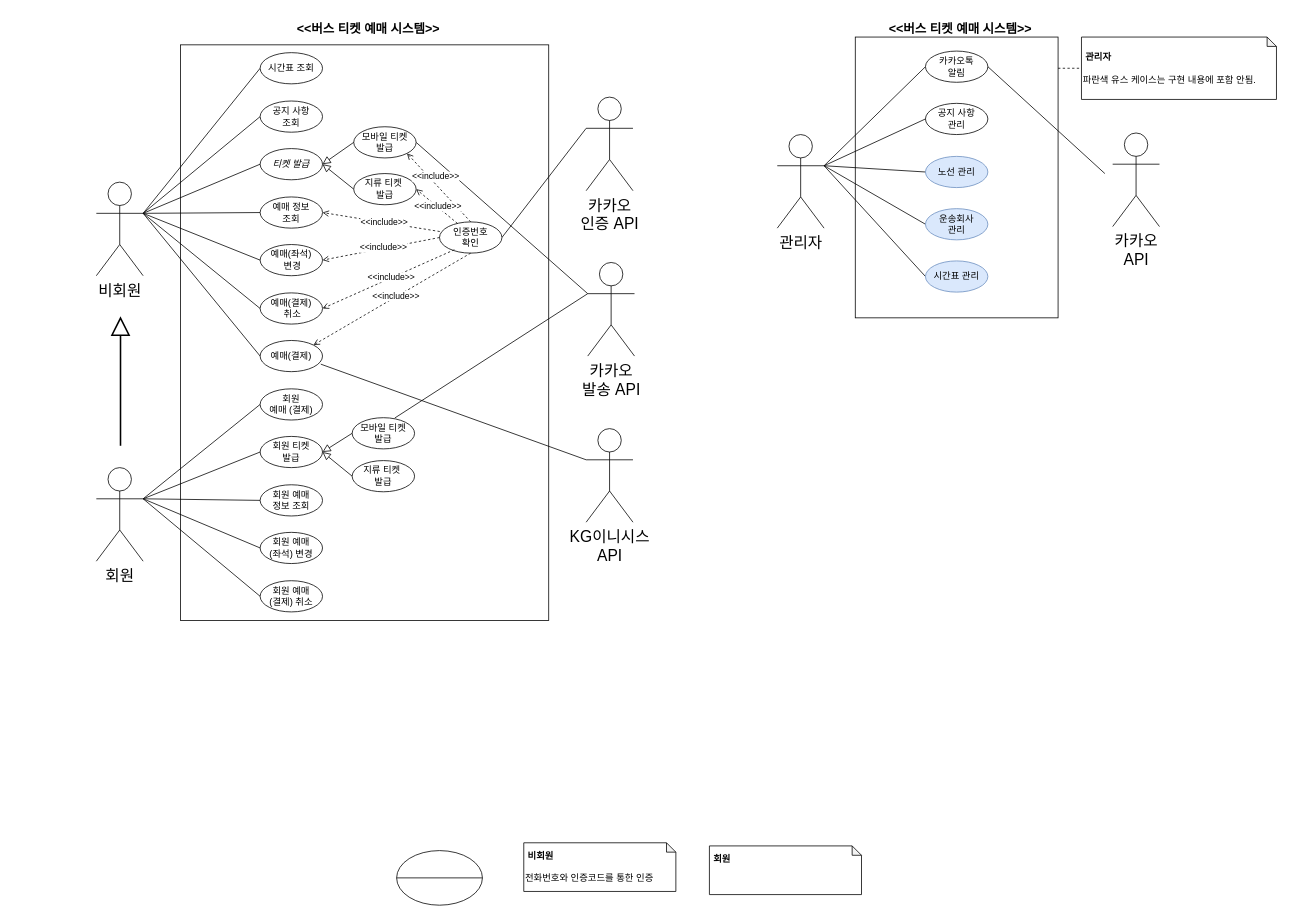
The draw.io diagram UseCase.drawio in SHIN-HANBEEN/MetanetFinal, before the edit. Source tidied: cells renumbered, new cells numbered last; positions are measured from the earlier drawing's top-left corner, leaving out a move shared by most shapes. Both pictures are drawn from the tidied source at 78%, with x=0, y=0 at pixel (96, 13).
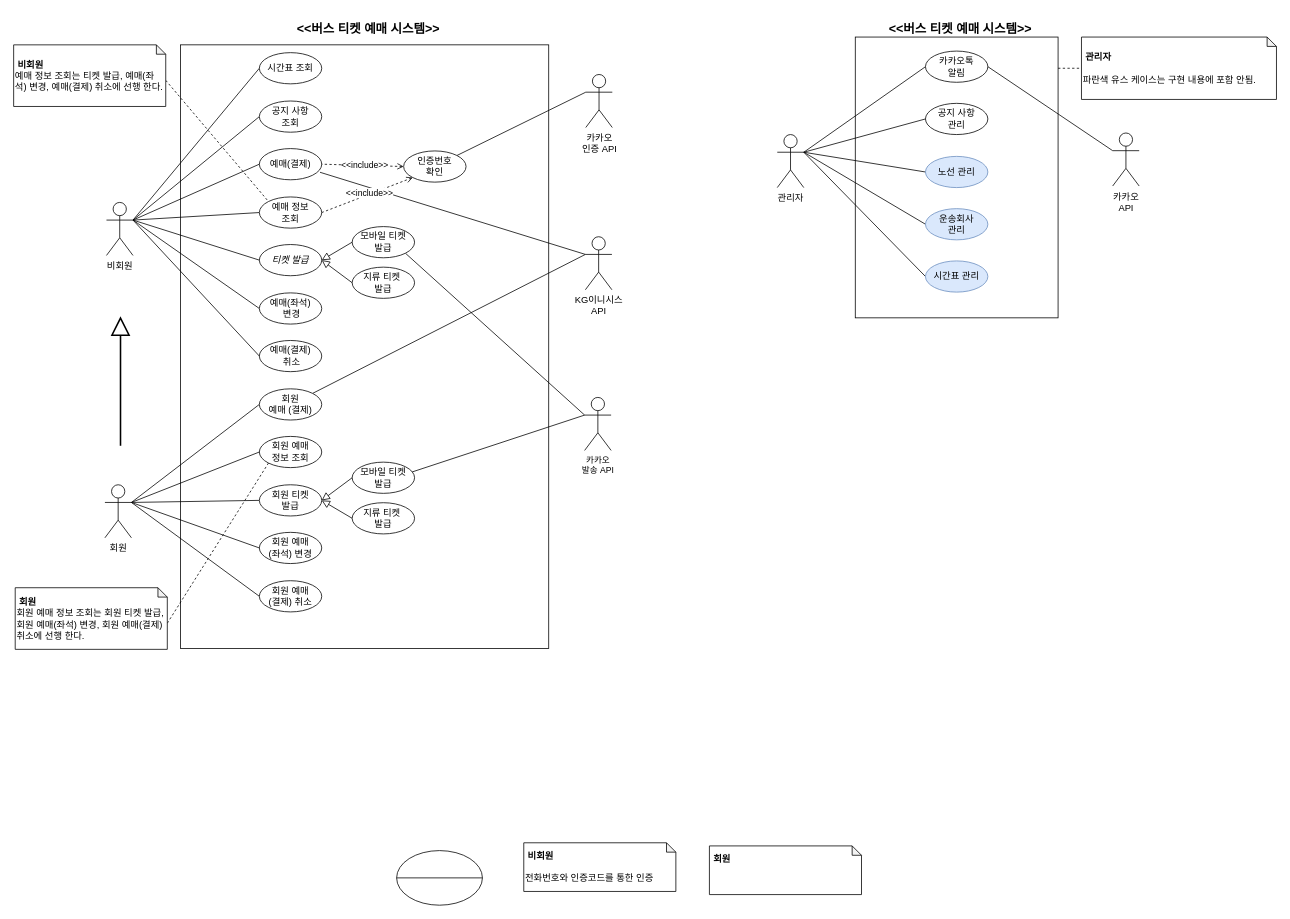
The same diagram, later.

The change refers to these unchanged cells:
```xml
<mxCell id="33" value="카카오톡&lt;br&gt;알림" style="ellipse;whiteSpace=wrap;html=1;" parent="1" vertex="1">
  <mxGeometry x="1063" y="48" width="80" height="40" as="geometry" />
</mxCell>
```

Diff of the diagram source:
```diff
@@
     <mxCell id="3" style="rounded=0;whiteSpace=wrap;html=1;fontFamily=Helvetica;fontSize=11;fontColor=default;" parent="1" vertex="1">
-      <mxGeometry x="108" y="40" width="472" height="738" as="geometry" />
+      <mxGeometry x="108" y="40" width="472" height="774" as="geometry" />
     </mxCell>
@@
-    <mxCell id="11" value="&lt;font style=&quot;font-size: 20px;&quot;&gt;비회원&lt;/font&gt;" style="shape=umlActor;verticalLabelPosition=bottom;verticalAlign=top;html=1;outlineConnect=0;" parent="1" vertex="1">
-      <mxGeometry y="216" width="60" height="120" as="geometry" />
+    <mxCell id="11" value="&lt;font style=&quot;font-size: 12px;&quot;&gt;비회원&lt;/font&gt;" style="shape=umlActor;verticalLabelPosition=bottom;verticalAlign=top;html=1;outlineConnect=0;" parent="1" vertex="1">
+      <mxGeometry x="13" y="242" width="34" height="68" as="geometry" />
     </mxCell>
@@
     <mxCell id="13" value="예매(결제)" style="ellipse;whiteSpace=wrap;html=1;" parent="1" vertex="1">
-      <mxGeometry x="210" y="419" width="80" height="40" as="geometry" />
+      <mxGeometry x="209" y="173" width="80" height="40" as="geometry" />
     </mxCell>
@@
-    <mxCell id="19" value="&lt;font style=&quot;font-size: 20px;&quot;&gt;회원&lt;/font&gt;" style="shape=umlActor;verticalLabelPosition=bottom;verticalAlign=top;html=1;outlineConnect=0;" parent="1" vertex="1">
-      <mxGeometry y="582" width="60" height="120" as="geometry" />
+    <mxCell id="19" value="&lt;font style=&quot;font-size: 12px;&quot;&gt;회원&lt;/font&gt;" style="shape=umlActor;verticalLabelPosition=bottom;verticalAlign=top;html=1;outlineConnect=0;" parent="1" vertex="1">
+      <mxGeometry x="11" y="604" width="34" height="68" as="geometry" />
     </mxCell>
@@
-    <mxCell id="25" value="&lt;font style=&quot;font-size: 20px;&quot;&gt;관리자&lt;/font&gt;" style="shape=umlActor;verticalLabelPosition=bottom;verticalAlign=top;html=1;outlineConnect=0;" parent="1" vertex="1">
-      <mxGeometry x="873" y="155" width="60" height="120" as="geometry" />
+    <mxCell id="25" value="&lt;font style=&quot;font-size: 12px;&quot;&gt;관리자&lt;/font&gt;" style="shape=umlActor;verticalLabelPosition=bottom;verticalAlign=top;html=1;outlineConnect=0;" parent="1" vertex="1">
+      <mxGeometry x="873" y="155" width="34" height="68" as="geometry" />
     </mxCell>
     <mxCell id="26" value="예매 정보&lt;br&gt;조회" style="ellipse;whiteSpace=wrap;html=1;" parent="1" vertex="1">
-      <mxGeometry x="210" y="235" width="80" height="40" as="geometry" />
+      <mxGeometry x="209" y="235" width="80" height="40" as="geometry" />
     </mxCell>
     <mxCell id="27" value="예매(결제)&lt;br&gt;&amp;nbsp;취소" style="ellipse;whiteSpace=wrap;html=1;" parent="1" vertex="1">
-      <mxGeometry x="210" y="358" width="80" height="40" as="geometry" />
+      <mxGeometry x="209" y="419" width="80" height="40" as="geometry" />
     </mxCell>
@@
     <mxCell id="29" value="시간표 조회" style="ellipse;whiteSpace=wrap;html=1;" parent="1" vertex="1">
-      <mxGeometry x="210" y="50" width="80" height="40" as="geometry" />
+      <mxGeometry x="209" y="50" width="80" height="40" as="geometry" />
     </mxCell>
     <mxCell id="30" value="예매(좌석)&lt;br&gt;&amp;nbsp;변경" style="ellipse;whiteSpace=wrap;html=1;" parent="1" vertex="1">
-      <mxGeometry x="210" y="296" width="80" height="40" as="geometry" />
+      <mxGeometry x="209" y="358" width="80" height="40" as="geometry" />
     </mxCell>
     <mxCell id="31" value="공지 사항&lt;br&gt;조회" style="ellipse;whiteSpace=wrap;html=1;" parent="1" vertex="1">
-      <mxGeometry x="210" y="112" width="80" height="40" as="geometry" />
+      <mxGeometry x="209" y="112" width="80" height="40" as="geometry" />
     </mxCell>
@@
-    <mxCell id="38" value="&lt;i&gt;티켓 발급&lt;/i&gt;" style="ellipse;whiteSpace=wrap;html=1;" parent="1" vertex="1">
-      <mxGeometry x="210" y="173" width="80" height="40" as="geometry" />
-    </mxCell>
-    <mxCell id="39" style="edgeStyle=none;shape=connector;rounded=0;jettySize=auto;html=1;exitX=1;exitY=0.5;exitDx=0;exitDy=0;labelBackgroundColor=default;strokeColor=default;align=center;verticalAlign=middle;fontFamily=Helvetica;fontSize=11;fontColor=default;endArrow=none;endFill=0;entryX=0;entryY=0.3333333333333333;entryDx=0;entryDy=0;entryPerimeter=0;" parent="1" edge="1" source="40" target="73">
+    <mxCell id="39" style="edgeStyle=none;shape=connector;rounded=0;jettySize=auto;html=1;exitX=1;exitY=1;exitDx=0;exitDy=0;labelBackgroundColor=default;strokeColor=default;align=center;verticalAlign=middle;fontFamily=Helvetica;fontSize=11;fontColor=default;endArrow=none;endFill=0;entryX=0;entryY=0.3333333333333333;entryDx=0;entryDy=0;entryPerimeter=0;" parent="1" edge="1" source="40" target="73">
       <mxGeometry relative="1" as="geometry" />
     </mxCell>
-    <mxCell id="40" value="모바일 티켓&lt;br&gt;발급" style="ellipse;whiteSpace=wrap;html=1;" parent="1" vertex="1">
-      <mxGeometry x="330" y="145" width="80" height="40" as="geometry" />
-    </mxCell>
-    <mxCell id="41" style="edgeStyle=none;shape=connector;rounded=0;jettySize=auto;html=1;exitX=0;exitY=0.5;exitDx=0;exitDy=0;entryX=1;entryY=0.5;entryDx=0;entryDy=0;labelBackgroundColor=default;strokeColor=default;align=center;verticalAlign=middle;fontFamily=Helvetica;fontSize=11;fontColor=default;endArrow=block;endFill=0;startArrow=none;startFill=0;strokeWidth=1;endSize=8;" parent="1" edge="1" source="42" target="38">
-      <mxGeometry relative="1" as="geometry" />
-    </mxCell>
-    <mxCell id="42" value="지류 티켓&amp;nbsp;&lt;br&gt;발급" style="ellipse;whiteSpace=wrap;html=1;" parent="1" vertex="1">
-      <mxGeometry x="330" y="205" width="80" height="40" as="geometry" />
-    </mxCell>
-    <mxCell id="43" style="endArrow=block;html=1;rounded=0;labelBackgroundColor=default;strokeColor=default;align=center;verticalAlign=middle;fontFamily=Helvetica;fontSize=11;fontColor=default;shape=connector;entryX=1;entryY=0.5;entryDx=0;entryDy=0;exitX=0;exitY=0.5;exitDx=0;exitDy=0;endFill=0;endSize=8;" parent="1" edge="1" source="40" target="38">
-      <mxGeometry relative="1" as="geometry" />
-    </mxCell>
@@
     <mxCell id="47" value="회원 예매&lt;br&gt;(결제) 취소" style="ellipse;whiteSpace=wrap;html=1;" parent="1" vertex="1">
-      <mxGeometry x="210" y="727" width="80" height="40" as="geometry" />
+      <mxGeometry x="209" y="727" width="80" height="40" as="geometry" />
     </mxCell>
     <mxCell id="48" value="회원 예매&lt;br&gt;(좌석) 변경" style="ellipse;whiteSpace=wrap;html=1;" parent="1" vertex="1">
-      <mxGeometry x="210" y="665" width="80" height="40" as="geometry" />
+      <mxGeometry x="209" y="665" width="80" height="40" as="geometry" />
     </mxCell>
     <mxCell id="49" value="회원 예매 &lt;br&gt;정보 조회" style="ellipse;whiteSpace=wrap;html=1;" parent="1" vertex="1">
-      <mxGeometry x="210" y="604" width="80" height="40" as="geometry" />
+      <mxGeometry x="209" y="542" width="80" height="40" as="geometry" />
     </mxCell>
-    <mxCell id="50" value="&lt;span style=&quot;font-size: 20px;&quot;&gt;카카오&lt;br&gt;API&lt;br&gt;&lt;/span&gt;" style="shape=umlActor;verticalLabelPosition=bottom;verticalAlign=top;html=1;outlineConnect=0;" parent="1" vertex="1">
-      <mxGeometry x="1303" y="153" width="60" height="120" as="geometry" />
+    <mxCell id="50" value="&lt;span style=&quot;&quot;&gt;카카오&lt;br&gt;API&lt;br&gt;&lt;/span&gt;" style="shape=umlActor;verticalLabelPosition=bottom;verticalAlign=top;html=1;outlineConnect=0;" parent="1" vertex="1">
+      <mxGeometry x="1303" y="153" width="34" height="68" as="geometry" />
     </mxCell>
-    <mxCell id="51" style="edgeStyle=none;shape=connector;rounded=0;jettySize=auto;html=1;exitX=1;exitY=0.5;exitDx=0;exitDy=0;labelBackgroundColor=default;strokeColor=default;align=center;verticalAlign=middle;fontFamily=Helvetica;fontSize=11;fontColor=default;endArrow=none;endFill=0;" parent="1" edge="1" source="33">
-      <mxGeometry relative="1" as="geometry">
-        <mxPoint x="1293" y="205" as="targetPoint" />
-      </mxGeometry>
+    <mxCell id="51" style="edgeStyle=none;shape=connector;rounded=0;jettySize=auto;html=1;exitX=1;exitY=0.5;exitDx=0;exitDy=0;labelBackgroundColor=default;strokeColor=default;align=center;verticalAlign=middle;fontFamily=Helvetica;fontSize=11;fontColor=default;endArrow=none;endFill=0;entryX=0;entryY=0.3333333333333333;entryDx=0;entryDy=0;entryPerimeter=0;" parent="1" edge="1" source="33" target="50">
+      <mxGeometry relative="1" as="geometry" />
     </mxCell>
-    <mxCell id="52" value="&lt;span style=&quot;font-size: 20px;&quot;&gt;카카오&lt;br&gt;인증 API&lt;br&gt;&lt;/span&gt;" style="shape=umlActor;verticalLabelPosition=bottom;verticalAlign=top;html=1;outlineConnect=0;" parent="1" vertex="1">
-      <mxGeometry x="628" y="107" width="60" height="120" as="geometry" />
+    <mxCell id="52" value="&lt;span style=&quot;&quot;&gt;카카오&lt;br&gt;인증 API&lt;br&gt;&lt;/span&gt;" style="shape=umlActor;verticalLabelPosition=bottom;verticalAlign=top;html=1;outlineConnect=0;" parent="1" vertex="1">
+      <mxGeometry x="627.5" y="78" width="34" height="68" as="geometry" />
     </mxCell>
+    <mxCell id="74" style="rounded=0;jettySize=auto;html=1;exitX=0;exitY=0.3333333333333333;exitDx=0;exitDy=0;exitPerimeter=0;entryX=1;entryY=0;entryDx=0;entryDy=0;fontFamily=Helvetica;fontSize=11;fontColor=default;endArrow=none;endFill=0;" parent="1" edge="1" source="53" target="56">
+      <mxGeometry relative="1" as="geometry" />
+    </mxCell>
-    <mxCell id="53" value="&lt;span style=&quot;font-size: 20px;&quot;&gt;KG이니시스&lt;br&gt;API&lt;br&gt;&lt;/span&gt;" style="shape=umlActor;verticalLabelPosition=bottom;verticalAlign=top;html=1;outlineConnect=0;" parent="1" vertex="1">
-      <mxGeometry x="628" y="532" width="60" height="120" as="geometry" />
+    <mxCell id="53" value="&lt;span style=&quot;&quot;&gt;KG이니시스&lt;br&gt;API&lt;br&gt;&lt;/span&gt;" style="shape=umlActor;verticalLabelPosition=bottom;verticalAlign=top;html=1;outlineConnect=0;" parent="1" vertex="1">
+      <mxGeometry x="627" y="286" width="34" height="68" as="geometry" />
     </mxCell>
@@
     <mxCell id="56" value="회원 &lt;br&gt;예매 (결제)" style="ellipse;whiteSpace=wrap;html=1;" parent="1" vertex="1">
-      <mxGeometry x="210" y="481" width="80" height="40" as="geometry" />
+      <mxGeometry x="209" y="481" width="80" height="40" as="geometry" />
     </mxCell>
-    <mxCell id="57" value="&amp;lt;&amp;lt;include&amp;gt;&amp;gt;" style="edgeStyle=none;shape=connector;rounded=0;jettySize=auto;html=1;exitX=0.5;exitY=0;exitDx=0;exitDy=0;entryX=1;entryY=1;entryDx=0;entryDy=0;labelBackgroundColor=default;strokeColor=default;align=center;verticalAlign=middle;fontFamily=Helvetica;fontSize=11;fontColor=default;endArrow=open;endFill=0;dashed=1;" parent="1" edge="1" source="59" target="40">
-      <mxGeometry x="0.22" y="-7" relative="1" as="geometry" />
-    </mxCell>
-    <mxCell id="58" style="edgeStyle=none;shape=connector;rounded=0;jettySize=auto;html=1;exitX=1;exitY=0.5;exitDx=0;exitDy=0;labelBackgroundColor=default;strokeColor=default;align=center;verticalAlign=middle;fontFamily=Helvetica;fontSize=11;fontColor=default;endArrow=none;endFill=0;entryX=0;entryY=0.3333333333333333;entryDx=0;entryDy=0;entryPerimeter=0;" parent="1" edge="1" source="59" target="52">
+    <mxCell id="58" style="edgeStyle=none;shape=connector;rounded=0;jettySize=auto;html=1;exitX=1;exitY=0;exitDx=0;exitDy=0;labelBackgroundColor=default;strokeColor=default;align=center;verticalAlign=middle;fontFamily=Helvetica;fontSize=11;fontColor=default;endArrow=none;endFill=0;entryX=0;entryY=0.3333333333333333;entryDx=0;entryDy=0;entryPerimeter=0;" parent="1" edge="1" source="59" target="52">
       <mxGeometry relative="1" as="geometry" />
     </mxCell>
     <mxCell id="59" value="인증번호&lt;br&gt;확인" style="ellipse;whiteSpace=wrap;html=1;" parent="1" vertex="1">
-      <mxGeometry x="440" y="267" width="80" height="40" as="geometry" />
+      <mxGeometry x="394" y="176" width="80" height="40" as="geometry" />
     </mxCell>
@@
-    <mxCell id="61" value="&amp;lt;&amp;lt;include&amp;gt;&amp;gt;" style="edgeStyle=none;shape=connector;rounded=0;jettySize=auto;html=1;exitX=0.288;exitY=0.05;exitDx=0;exitDy=0;entryX=1;entryY=0.5;entryDx=0;entryDy=0;labelBackgroundColor=default;strokeColor=default;align=center;verticalAlign=middle;fontFamily=Helvetica;fontSize=11;fontColor=default;endArrow=open;endFill=0;dashed=1;exitPerimeter=0;" parent="1" edge="1" source="59" target="42">
-      <mxGeometry x="-0.05" y="-1" relative="1" as="geometry" />
-    </mxCell>
-    <mxCell id="62" value="&amp;lt;&amp;lt;include&amp;gt;&amp;gt;" style="edgeStyle=none;shape=connector;rounded=0;jettySize=auto;html=1;exitX=0.004;exitY=0.308;exitDx=0;exitDy=0;entryX=1;entryY=0.5;entryDx=0;entryDy=0;labelBackgroundColor=default;strokeColor=default;align=center;verticalAlign=middle;fontFamily=Helvetica;fontSize=11;fontColor=default;endArrow=open;endFill=0;dashed=1;exitPerimeter=0;" parent="1" edge="1" source="59" target="26">
+    <mxCell id="62" value="&amp;lt;&amp;lt;include&amp;gt;&amp;gt;" style="edgeStyle=none;shape=connector;rounded=0;jettySize=auto;html=1;exitX=0;exitY=1;exitDx=0;exitDy=0;entryX=1;entryY=0.5;entryDx=0;entryDy=0;labelBackgroundColor=default;strokeColor=default;align=center;verticalAlign=middle;fontFamily=Helvetica;fontSize=11;fontColor=default;endArrow=none;endFill=0;dashed=1;startArrow=open;startFill=0;" parent="1" edge="1" source="59" target="26">
       <mxGeometry x="-0.05" y="-1" relative="1" as="geometry" />
     </mxCell>
-    <mxCell id="63" value="&amp;lt;&amp;lt;include&amp;gt;&amp;gt;" style="edgeStyle=none;shape=connector;rounded=0;jettySize=auto;html=1;exitX=0;exitY=0.5;exitDx=0;exitDy=0;entryX=1;entryY=0.5;entryDx=0;entryDy=0;labelBackgroundColor=default;strokeColor=default;align=center;verticalAlign=middle;fontFamily=Helvetica;fontSize=11;fontColor=default;endArrow=open;endFill=0;dashed=1;" parent="1" edge="1" source="59" target="30">
-      <mxGeometry x="-0.05" y="-1" relative="1" as="geometry" />
-    </mxCell>
-    <mxCell id="64" value="&amp;lt;&amp;lt;include&amp;gt;&amp;gt;" style="edgeStyle=none;shape=connector;rounded=0;jettySize=auto;html=1;exitX=0.238;exitY=0.892;exitDx=0;exitDy=0;entryX=1;entryY=0.5;entryDx=0;entryDy=0;labelBackgroundColor=default;strokeColor=default;align=center;verticalAlign=middle;fontFamily=Helvetica;fontSize=11;fontColor=default;endArrow=open;endFill=0;dashed=1;exitPerimeter=0;" parent="1" edge="1" source="59" target="27">
-      <mxGeometry x="-0.05" y="-1" relative="1" as="geometry" />
-    </mxCell>
@@
+    <mxCell id="67" style="edgeStyle=none;shape=connector;rounded=0;jettySize=auto;html=1;exitX=0.933;exitY=0.333;exitDx=0;exitDy=0;labelBackgroundColor=default;strokeColor=default;align=center;verticalAlign=middle;fontFamily=Helvetica;fontSize=11;fontColor=default;endArrow=none;endFill=0;entryX=0;entryY=0.3333333333333333;entryDx=0;entryDy=0;entryPerimeter=0;exitPerimeter=0;" parent="1" edge="1" source="68" target="73">
+      <mxGeometry relative="1" as="geometry" />
+    </mxCell>
+    <mxCell id="72" value="&amp;lt;&amp;lt;include&amp;gt;&amp;gt;" style="edgeStyle=none;shape=connector;rounded=0;jettySize=auto;html=1;exitX=0;exitY=0.5;exitDx=0;exitDy=0;entryX=1;entryY=0.5;entryDx=0;entryDy=0;labelBackgroundColor=default;strokeColor=default;align=center;verticalAlign=middle;fontFamily=Helvetica;fontSize=11;fontColor=default;endArrow=none;endFill=0;dashed=1;startArrow=open;startFill=0;" parent="1" edge="1" source="59" target="13">
+      <mxGeometry x="-0.05" y="-1" relative="1" as="geometry" />
+    </mxCell>
+    <mxCell id="73" value="&lt;span style=&quot;font-size: 11px;&quot;&gt;카카오&lt;br style=&quot;font-size: 11px;&quot;&gt;발송 API&lt;br style=&quot;font-size: 11px;&quot;&gt;&lt;/span&gt;" style="shape=umlActor;verticalLabelPosition=bottom;verticalAlign=top;html=1;outlineConnect=0;fontSize=11;" parent="1" vertex="1">
+      <mxGeometry x="626" y="492" width="34" height="68" as="geometry" />
+    </mxCell>
+    <mxCell id="38" value="&lt;i&gt;티켓 발급&lt;/i&gt;" style="ellipse;whiteSpace=wrap;html=1;" parent="1" vertex="1">
+      <mxGeometry x="209" y="296" width="80" height="40" as="geometry" />
+    </mxCell>
+    <mxCell id="40" value="모바일 티켓&lt;br&gt;발급" style="ellipse;whiteSpace=wrap;html=1;" parent="1" vertex="1">
+      <mxGeometry x="328" y="273" width="80" height="40" as="geometry" />
+    </mxCell>
+    <mxCell id="41" style="edgeStyle=none;shape=connector;rounded=0;jettySize=auto;html=1;exitX=0;exitY=0.5;exitDx=0;exitDy=0;entryX=1;entryY=0.5;entryDx=0;entryDy=0;labelBackgroundColor=default;strokeColor=default;align=center;verticalAlign=middle;fontFamily=Helvetica;fontSize=11;fontColor=default;endArrow=block;endFill=0;startArrow=none;startFill=0;strokeWidth=1;endSize=8;" parent="1" edge="1" source="42" target="38">
+      <mxGeometry relative="1" as="geometry" />
+    </mxCell>
+    <mxCell id="42" value="지류 티켓&amp;nbsp;&lt;br&gt;발급" style="ellipse;whiteSpace=wrap;html=1;" parent="1" vertex="1">
+      <mxGeometry x="328" y="325" width="80" height="40" as="geometry" />
+    </mxCell>
+    <mxCell id="43" style="endArrow=block;html=1;rounded=0;labelBackgroundColor=default;strokeColor=default;align=center;verticalAlign=middle;fontFamily=Helvetica;fontSize=11;fontColor=default;shape=connector;entryX=1;entryY=0.5;entryDx=0;entryDy=0;exitX=0;exitY=0.5;exitDx=0;exitDy=0;endFill=0;endSize=8;" parent="1" edge="1" source="40" target="38">
+      <mxGeometry relative="1" as="geometry" />
+    </mxCell>
     <mxCell id="66" value="회원 티켓 &lt;br&gt;발급" style="ellipse;whiteSpace=wrap;html=1;" parent="1" vertex="1">
-      <mxGeometry x="210" y="542" width="80" height="40" as="geometry" />
+      <mxGeometry x="209" y="604" width="80" height="40" as="geometry" />
     </mxCell>
-    <mxCell id="67" style="edgeStyle=none;shape=connector;rounded=0;jettySize=auto;html=1;exitX=0.683;exitY=0.01;exitDx=0;exitDy=0;labelBackgroundColor=default;strokeColor=default;align=center;verticalAlign=middle;fontFamily=Helvetica;fontSize=11;fontColor=default;endArrow=none;endFill=0;exitPerimeter=0;entryX=0;entryY=0.3333333333333333;entryDx=0;entryDy=0;entryPerimeter=0;" parent="1" edge="1" source="68" target="73">
-      <mxGeometry relative="1" as="geometry" />
-    </mxCell>
     <mxCell id="68" value="모바일 티켓&lt;br&gt;발급" style="ellipse;whiteSpace=wrap;html=1;" parent="1" vertex="1">
-      <mxGeometry x="328" y="518" width="80" height="40" as="geometry" />
+      <mxGeometry x="328" y="575" width="80" height="40" as="geometry" />
     </mxCell>
@@
     <mxCell id="70" value="지류 티켓&amp;nbsp;&lt;br&gt;발급" style="ellipse;whiteSpace=wrap;html=1;" parent="1" vertex="1">
-      <mxGeometry x="328" y="573" width="80" height="40" as="geometry" />
+      <mxGeometry x="328" y="627" width="80" height="40" as="geometry" />
     </mxCell>
@@
-    <mxCell id="72" value="&amp;lt;&amp;lt;include&amp;gt;&amp;gt;" style="edgeStyle=none;shape=connector;rounded=0;jettySize=auto;html=1;exitX=0.5;exitY=1;exitDx=0;exitDy=0;entryX=1;entryY=0;entryDx=0;entryDy=0;labelBackgroundColor=default;strokeColor=default;align=center;verticalAlign=middle;fontFamily=Helvetica;fontSize=11;fontColor=default;endArrow=open;endFill=0;dashed=1;" parent="1" edge="1" source="59" target="13">
-      <mxGeometry x="-0.05" y="-1" relative="1" as="geometry" />
-    </mxCell>
-    <mxCell id="73" value="&lt;span style=&quot;font-size: 20px;&quot;&gt;카카오&lt;br&gt;발송 API&lt;br&gt;&lt;/span&gt;" style="shape=umlActor;verticalLabelPosition=bottom;verticalAlign=top;html=1;outlineConnect=0;" parent="1" vertex="1">
-      <mxGeometry x="630" y="319" width="60" height="120" as="geometry" />
-    </mxCell>
+    <mxCell id="75" style="edgeStyle=none;shape=connector;rounded=0;jettySize=auto;html=1;exitX=0;exitY=0;exitDx=195;exitDy=45.5;exitPerimeter=0;entryX=0;entryY=1;entryDx=0;entryDy=0;dashed=1;labelBackgroundColor=default;strokeColor=default;align=center;verticalAlign=middle;fontFamily=Helvetica;fontSize=11;fontColor=default;endArrow=none;endFill=0;" parent="1" edge="1" source="76" target="49">
+      <mxGeometry relative="1" as="geometry" />
+    </mxCell>
+    <mxCell id="76" value="&lt;p style=&quot;line-height: 150%;&quot;&gt;&lt;/p&gt;&lt;div style=&quot;line-height: 140%;&quot;&gt;&lt;/div&gt;&lt;b&gt;&amp;nbsp;회원&lt;/b&gt;&lt;br&gt;회원 예매 정보 조회는 회원 티켓 발급, 회원 예매(좌석) 변경, 회원 예매(결제) 취소에 선행 한다.&lt;br&gt;&lt;p&gt;&lt;/p&gt;" style="shape=note;whiteSpace=wrap;html=1;backgroundOutline=1;darkOpacity=0.05;size=12;align=left;" parent="1" vertex="1">
+      <mxGeometry x="-104" y="736" width="195" height="79" as="geometry" />
+    </mxCell>
+    <mxCell id="77" style="edgeStyle=none;shape=connector;rounded=0;jettySize=auto;html=1;exitX=0;exitY=0;exitDx=195;exitDy=45.5;exitPerimeter=0;entryX=0;entryY=0;entryDx=0;entryDy=0;dashed=1;labelBackgroundColor=default;strokeColor=default;align=center;verticalAlign=middle;fontFamily=Helvetica;fontSize=11;fontColor=default;endArrow=none;endFill=0;" parent="1" edge="1" source="78" target="26">
+      <mxGeometry relative="1" as="geometry" />
+    </mxCell>
+    <mxCell id="78" value="&lt;p style=&quot;line-height: 150%;&quot;&gt;&lt;/p&gt;&lt;div style=&quot;line-height: 140%;&quot;&gt;&lt;/div&gt;&lt;b&gt;&amp;nbsp;비회원&lt;/b&gt;&lt;br&gt;예매 정보 조회는 티켓 발급, 예매(좌석) 변경, 예매(결제) 취소에 선행 한다.&lt;br&gt;&lt;p&gt;&lt;/p&gt;" style="shape=note;whiteSpace=wrap;html=1;backgroundOutline=1;darkOpacity=0.05;size=12;align=left;" parent="1" vertex="1">
+      <mxGeometry x="-106" y="40" width="195" height="79" as="geometry" />
+    </mxCell>
```
